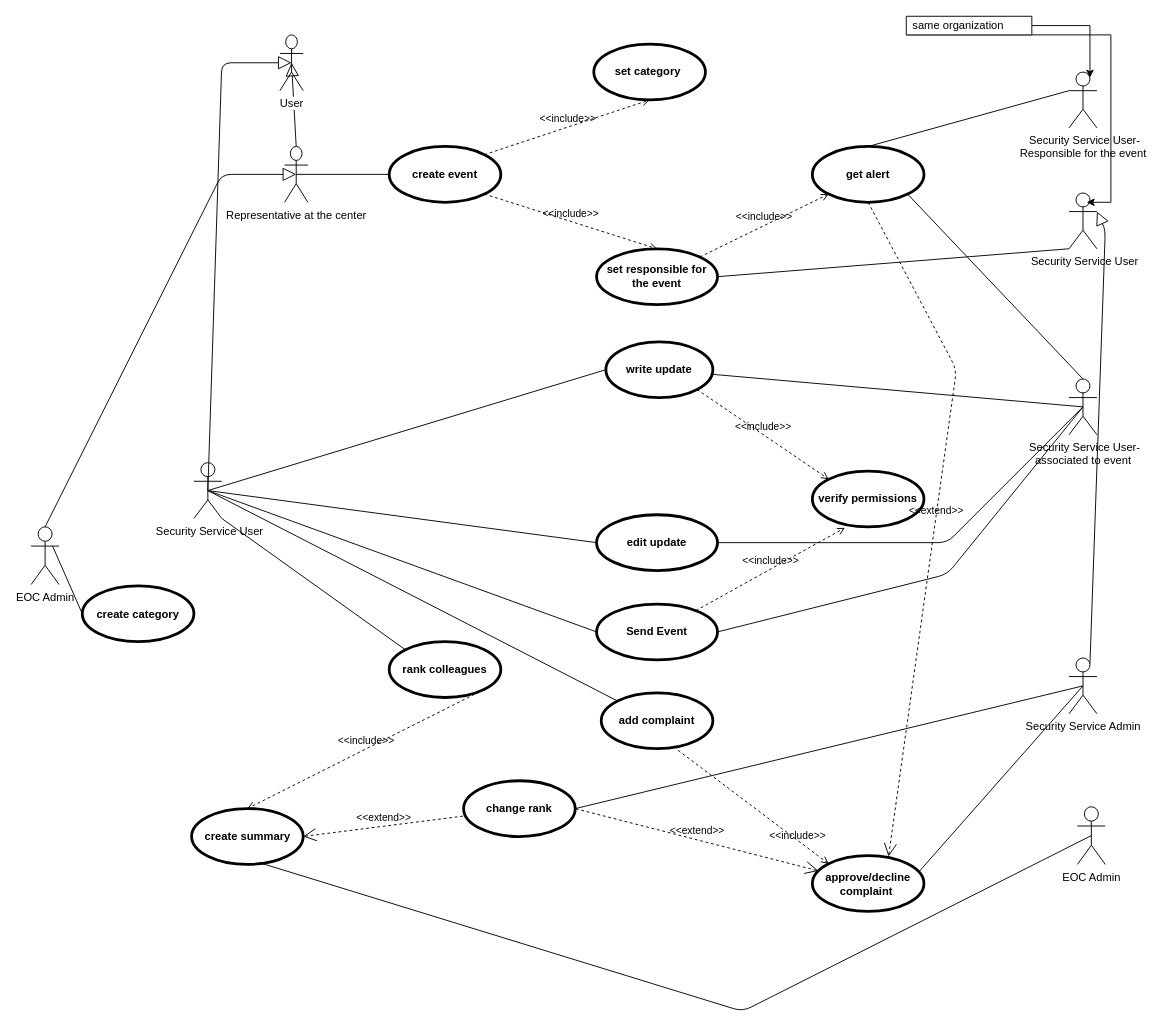
Earlier version of the draw.io diagram Untitled Diagram.drawio (anastasiakova/nituz2). Source tidied: cells renumbered, new cells numbered last; positions are measured from the earlier drawing's top-left corner, leaving out a move shared by most shapes. Both pictures are drawn from the tidied source at 93%, with x=0, y=0 at pixel (31, 16).
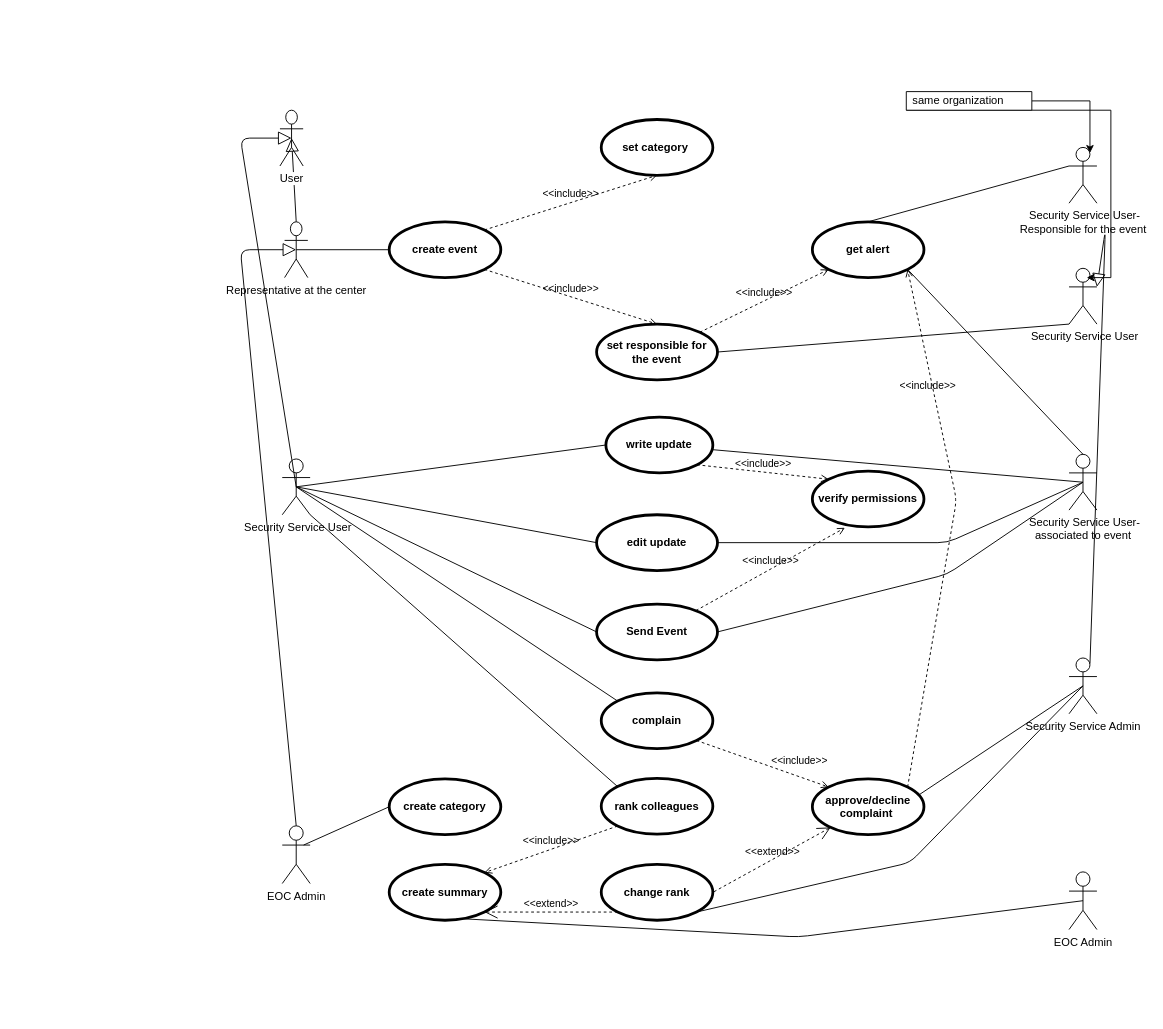
After the change.

The change refers to these unchanged cells:
```xml
<mxCell id="31" value="Security Service Admin" style="shape=umlActor;html=1;verticalLabelPosition=bottom;verticalAlign=top;align=center;" parent="1" vertex="1">
  <mxGeometry x="1116" y="690" width="30" height="60" as="geometry" />
</mxCell>
```

The edit, as a diff of the source:
```diff
@@
     <mxCell id="4" value="User" style="shape=umlActor;verticalLabelPosition=bottom;labelBackgroundColor=#ffffff;verticalAlign=top;html=1;" parent="1" vertex="1">
-      <mxGeometry x="267.5" y="20" width="25" height="60" as="geometry" />
+      <mxGeometry x="267.5" y="101" width="25" height="60" as="geometry" />
     </mxCell>
@@
     <mxCell id="8" value="&lt;span&gt;create event&lt;/span&gt;" style="shape=ellipse;html=1;strokeWidth=3;fontStyle=1;whiteSpace=wrap;align=center;perimeter=ellipsePerimeter;" parent="1" vertex="1">
-      <mxGeometry x="385" y="140" width="120" height="60" as="geometry" />
+      <mxGeometry x="385" y="221" width="120" height="60" as="geometry" />
     </mxCell>
     <mxCell id="9" value="&lt;span&gt;set responsible for the event&lt;/span&gt;" style="shape=ellipse;html=1;strokeWidth=3;fontStyle=1;whiteSpace=wrap;align=center;perimeter=ellipsePerimeter;" parent="1" vertex="1">
-      <mxGeometry x="608" y="250" width="130" height="60" as="geometry" />
+      <mxGeometry x="608" y="331" width="130" height="60" as="geometry" />
     </mxCell>
     <mxCell id="10" value="get alert" style="shape=ellipse;html=1;strokeWidth=3;fontStyle=1;whiteSpace=wrap;align=center;perimeter=ellipsePerimeter;" parent="1" vertex="1">
-      <mxGeometry x="840" y="140" width="120" height="60" as="geometry" />
+      <mxGeometry x="840" y="221" width="120" height="60" as="geometry" />
     </mxCell>
@@
     <mxCell id="12" value="set category&amp;nbsp;" style="shape=ellipse;html=1;strokeWidth=3;fontStyle=1;whiteSpace=wrap;align=center;perimeter=ellipsePerimeter;" parent="1" vertex="1">
-      <mxGeometry x="605" y="30" width="120" height="60" as="geometry" />
+      <mxGeometry x="613" y="111" width="120" height="60" as="geometry" />
     </mxCell>
     <mxCell id="13" value="&amp;nbsp;Security Service User-&lt;br&gt;Responsible for the event" style="shape=umlActor;html=1;verticalLabelPosition=bottom;verticalAlign=top;align=center;" parent="1" vertex="1">
-      <mxGeometry x="1116" y="60" width="30" height="60" as="geometry" />
+      <mxGeometry x="1116" y="141" width="30" height="60" as="geometry" />
     </mxCell>
     <mxCell id="14" value="&amp;nbsp;Security Service User" style="shape=umlActor;html=1;verticalLabelPosition=bottom;verticalAlign=top;align=center;" parent="1" vertex="1">
-      <mxGeometry x="1116" y="190" width="30" height="60" as="geometry" />
+      <mxGeometry x="1116" y="271" width="30" height="60" as="geometry" />
     </mxCell>
@@
     <mxCell id="16" style="edgeStyle=orthogonalEdgeStyle;rounded=0;jettySize=auto;html=1;exitX=0;exitY=1;exitDx=0;exitDy=0;exitPerimeter=0;" parent="1" edge="1" source="17">
       <mxGeometry relative="1" as="geometry">
-        <mxPoint x="1135" y="200" as="targetPoint" />
+        <mxPoint x="1135" y="281" as="targetPoint" />
         <Array as="points">
-          <mxPoint x="1161" y="20" />
-          <mxPoint x="1161" y="200" />
+          <mxPoint x="1161" y="101" />
+          <mxPoint x="1161" y="281" />
         </Array>
       </mxGeometry>
     </mxCell>
     <mxCell id="17" value="same organization" style="shape=note;size=0;spacingLeft=5;align=left;whiteSpace=wrap;" parent="1" vertex="1">
-      <mxGeometry x="941" width="135" height="20" as="geometry" />
+      <mxGeometry x="941" y="81" width="135" height="20" as="geometry" />
     </mxCell>
@@
     <mxCell id="21" value="write update" style="shape=ellipse;html=1;strokeWidth=3;fontStyle=1;whiteSpace=wrap;align=center;perimeter=ellipsePerimeter;" parent="1" vertex="1">
-      <mxGeometry x="618" y="350" width="115" height="60" as="geometry" />
+      <mxGeometry x="618" y="431" width="115" height="60" as="geometry" />
     </mxCell>
@@
     <mxCell id="28" value="&amp;nbsp;Security Service User-&lt;br&gt;associated to event&lt;br&gt;" style="shape=umlActor;html=1;verticalLabelPosition=bottom;verticalAlign=top;align=center;" parent="1" vertex="1">
-      <mxGeometry x="1116" y="390" width="30" height="60" as="geometry" />
+      <mxGeometry x="1116" y="471" width="30" height="60" as="geometry" />
     </mxCell>
@@
     <mxCell id="30" value="rank colleagues" style="shape=ellipse;html=1;strokeWidth=3;fontStyle=1;whiteSpace=wrap;align=center;perimeter=ellipsePerimeter;" parent="1" vertex="1">
-      <mxGeometry x="385" y="672.5" width="120" height="60" as="geometry" />
+      <mxGeometry x="613" y="819.5" width="120" height="60" as="geometry" />
     </mxCell>
@@
-    <mxCell id="33" style="edgeStyle=none;html=1;endArrow=none;verticalAlign=bottom;entryX=1;entryY=0.5;entryDx=0;entryDy=0;exitX=0.5;exitY=0.5;exitDx=0;exitDy=0;exitPerimeter=0;" parent="1" edge="1" source="31" target="37">
-      <mxGeometry relative="1" as="geometry" />
+    <mxCell id="33" style="edgeStyle=none;html=1;endArrow=none;verticalAlign=bottom;entryX=1;entryY=1;entryDx=0;entryDy=0;exitX=0.5;exitY=0.5;exitDx=0;exitDy=0;exitPerimeter=0;" parent="1" edge="1" source="31" target="37">
+      <mxGeometry relative="1" as="geometry">
+        <Array as="points">
+          <mxPoint x="945" y="910" />
+        </Array>
+      </mxGeometry>
     </mxCell>
     <mxCell id="34" value="Representative at the center" style="shape=umlActor;verticalLabelPosition=bottom;labelBackgroundColor=#ffffff;verticalAlign=top;html=1;" parent="1" vertex="1">
-      <mxGeometry x="272.5" y="140" width="25" height="60" as="geometry" />
+      <mxGeometry x="272.5" y="221" width="25" height="60" as="geometry" />
     </mxCell>
     <mxCell id="35" value="create category" style="shape=ellipse;html=1;strokeWidth=3;fontStyle=1;whiteSpace=wrap;align=center;perimeter=ellipsePerimeter;" parent="1" vertex="1">
-      <mxGeometry x="55" y="612.5" width="120" height="60" as="geometry" />
+      <mxGeometry x="385" y="820" width="120" height="60" as="geometry" />
     </mxCell>
     <mxCell id="36" value="EOC Admin" style="shape=umlActor;html=1;verticalLabelPosition=bottom;verticalAlign=top;align=center;" parent="1" vertex="1">
-      <mxGeometry y="549" width="30" height="62" as="geometry" />
+      <mxGeometry x="270" y="870.5" width="30" height="62" as="geometry" />
     </mxCell>
     <mxCell id="37" value="change rank" style="shape=ellipse;html=1;strokeWidth=3;fontStyle=1;whiteSpace=wrap;align=center;perimeter=ellipsePerimeter;" parent="1" vertex="1">
-      <mxGeometry x="465" y="822" width="120" height="60" as="geometry" />
+      <mxGeometry x="613" y="912" width="120" height="60" as="geometry" />
     </mxCell>
-    <mxCell id="38" value="add complaint" style="shape=ellipse;html=1;strokeWidth=3;fontStyle=1;whiteSpace=wrap;align=center;perimeter=ellipsePerimeter;" parent="1" vertex="1">
+    <mxCell id="38" value="complain" style="shape=ellipse;html=1;strokeWidth=3;fontStyle=1;whiteSpace=wrap;align=center;perimeter=ellipsePerimeter;" parent="1" vertex="1">
       <mxGeometry x="613" y="727.5" width="120" height="60" as="geometry" />
     </mxCell>
@@
     <mxCell id="41" value="approve/decline complaint&amp;nbsp;" style="shape=ellipse;html=1;strokeWidth=3;fontStyle=1;whiteSpace=wrap;align=center;perimeter=ellipsePerimeter;" parent="1" vertex="1">
-      <mxGeometry x="840" y="902.5" width="120" height="60" as="geometry" />
+      <mxGeometry x="840" y="820" width="120" height="60" as="geometry" />
     </mxCell>
@@
-    <mxCell id="43" value="&amp;lt;&amp;lt;extend&amp;gt;&amp;gt;" style="edgeStyle=none;html=1;startArrow=open;endArrow=none;startSize=12;verticalAlign=bottom;dashed=1;labelBackgroundColor=none;exitX=1;exitY=0.5;exitDx=0;exitDy=0;" parent="1" edge="1" source="54">
-      <mxGeometry relative="1" as="geometry">
-        <mxPoint x="465" y="860" as="targetPoint" />
-        <Array as="points">
-          <mxPoint x="465" y="860" />
-        </Array>
-      </mxGeometry>
+    <mxCell id="43" value="&amp;lt;&amp;lt;extend&amp;gt;&amp;gt;" style="edgeStyle=none;html=1;startArrow=open;endArrow=none;startSize=12;verticalAlign=bottom;dashed=1;labelBackgroundColor=none;exitX=1;exitY=1;exitDx=0;exitDy=0;entryX=0;entryY=1;entryDx=0;entryDy=0;" parent="1" edge="1" source="54" target="37">
+      <mxGeometry relative="1" as="geometry" />
     </mxCell>
-    <mxCell id="44" value="&amp;lt;&amp;lt;extend&amp;gt;&amp;gt;" style="edgeStyle=none;html=1;startArrow=open;endArrow=none;startSize=12;verticalAlign=bottom;dashed=1;labelBackgroundColor=none;exitX=0.683;exitY=0.017;exitDx=0;exitDy=0;exitPerimeter=0;entryX=0.5;entryY=1;entryDx=0;entryDy=0;" parent="1" edge="1" source="41" target="10">
-      <mxGeometry relative="1" as="geometry">
-        <Array as="points">
-          <mxPoint x="995" y="380" />
-        </Array>
-      </mxGeometry>
-    </mxCell>
@@
-    <mxCell id="46" value="&amp;lt;&amp;lt;include&amp;gt;&amp;gt;" style="edgeStyle=none;html=1;endArrow=open;verticalAlign=bottom;dashed=1;labelBackgroundColor=none;exitX=0.689;exitY=1.031;exitDx=0;exitDy=0;exitPerimeter=0;entryX=0;entryY=0;entryDx=0;entryDy=0;" parent="1" edge="1" source="38" target="41">
-      <mxGeometry x="0.62" y="-2" relative="1" as="geometry">
-        <mxPoint x="-1" as="offset" />
-      </mxGeometry>
+    <mxCell id="46" value="&amp;lt;&amp;lt;include&amp;gt;&amp;gt;" style="edgeStyle=none;html=1;endArrow=open;verticalAlign=bottom;dashed=1;labelBackgroundColor=none;exitX=1;exitY=1;exitDx=0;exitDy=0;entryX=0;entryY=0;entryDx=0;entryDy=0;" parent="1" edge="1" source="38" target="41">
+      <mxGeometry x="0.52" y="7" relative="1" as="geometry" />
     </mxCell>
     <mxCell id="47" value="&amp;nbsp;Security Service User&lt;br&gt;" style="shape=umlActor;html=1;verticalLabelPosition=bottom;verticalAlign=top;align=center;" parent="1" vertex="1">
-      <mxGeometry x="175" y="480" width="30" height="60" as="geometry" />
+      <mxGeometry x="270" y="476" width="30" height="60" as="geometry" />
     </mxCell>
     <mxCell id="48" style="edgeStyle=none;html=1;endArrow=block;endFill=0;endSize=12;verticalAlign=bottom;exitX=0.5;exitY=0;exitDx=0;exitDy=0;exitPerimeter=0;entryX=0.5;entryY=0.5;entryDx=0;entryDy=0;entryPerimeter=0;" parent="1" edge="1" source="36" target="34">
       <mxGeometry relative="1" as="geometry">
         <Array as="points">
-          <mxPoint x="205" y="170" />
+          <mxPoint x="225" y="251" />
         </Array>
       </mxGeometry>
     </mxCell>
@@
     <mxCell id="53" style="edgeStyle=none;html=1;endArrow=block;endFill=0;endSize=12;verticalAlign=bottom;exitX=0.5;exitY=0.5;exitDx=0;exitDy=0;exitPerimeter=0;entryX=0.5;entryY=0.5;entryDx=0;entryDy=0;entryPerimeter=0;" parent="1" edge="1" source="47" target="4">
       <mxGeometry relative="1" as="geometry">
         <Array as="points">
-          <mxPoint x="205" y="50" />
+          <mxPoint x="225" y="131" />
         </Array>
       </mxGeometry>
     </mxCell>
     <mxCell id="54" value="create summary" style="shape=ellipse;html=1;strokeWidth=3;fontStyle=1;whiteSpace=wrap;align=center;perimeter=ellipsePerimeter;" parent="1" vertex="1">
-      <mxGeometry x="172.5" y="851.9" width="120" height="60" as="geometry" />
+      <mxGeometry x="385" y="912" width="120" height="60" as="geometry" />
     </mxCell>
-    <mxCell id="55" value="&amp;lt;&amp;lt;include&amp;gt;&amp;gt;" style="edgeStyle=none;html=1;endArrow=open;verticalAlign=bottom;dashed=1;labelBackgroundColor=none;exitX=1;exitY=1;exitDx=0;exitDy=0;entryX=0.5;entryY=0;entryDx=0;entryDy=0;" parent="1" edge="1" source="30" target="54">
+    <mxCell id="55" value="&amp;lt;&amp;lt;include&amp;gt;&amp;gt;" style="edgeStyle=none;html=1;endArrow=open;verticalAlign=bottom;dashed=1;labelBackgroundColor=none;exitX=0;exitY=1;exitDx=0;exitDy=0;entryX=1;entryY=0;entryDx=0;entryDy=0;" parent="1" edge="1" source="30" target="54">
       <mxGeometry relative="1" as="geometry" />
     </mxCell>
     <mxCell id="56" value="EOC Admin" style="shape=umlActor;html=1;verticalLabelPosition=bottom;verticalAlign=top;align=center;" parent="1" vertex="1">
-      <mxGeometry x="1125" y="850" width="30" height="62" as="geometry" />
+      <mxGeometry x="1116" y="920" width="30" height="62" as="geometry" />
     </mxCell>
     <mxCell id="57" style="edgeStyle=none;html=1;endArrow=none;verticalAlign=bottom;entryX=0.5;entryY=0.5;entryDx=0;entryDy=0;entryPerimeter=0;exitX=0.604;exitY=0.968;exitDx=0;exitDy=0;exitPerimeter=0;" parent="1" edge="1" source="54" target="56">
       <mxGeometry relative="1" as="geometry">
         <Array as="points">
-          <mxPoint x="765" y="1070" />
+          <mxPoint x="825" y="990" />
         </Array>
       </mxGeometry>
     </mxCell>
+    <mxCell id="44" value="&amp;lt;&amp;lt;include&amp;gt;&amp;gt;" style="edgeStyle=none;html=1;endArrow=open;verticalAlign=bottom;dashed=1;labelBackgroundColor=none;exitX=1;exitY=0;exitDx=0;exitDy=0;entryX=1;entryY=1;entryDx=0;entryDy=0;" parent="1" edge="1" source="41" target="10">
+      <mxGeometry x="0.52" y="7" relative="1" as="geometry">
+        <Array as="points">
+          <mxPoint x="995" y="520" />
+        </Array>
+      </mxGeometry>
+    </mxCell>
```
